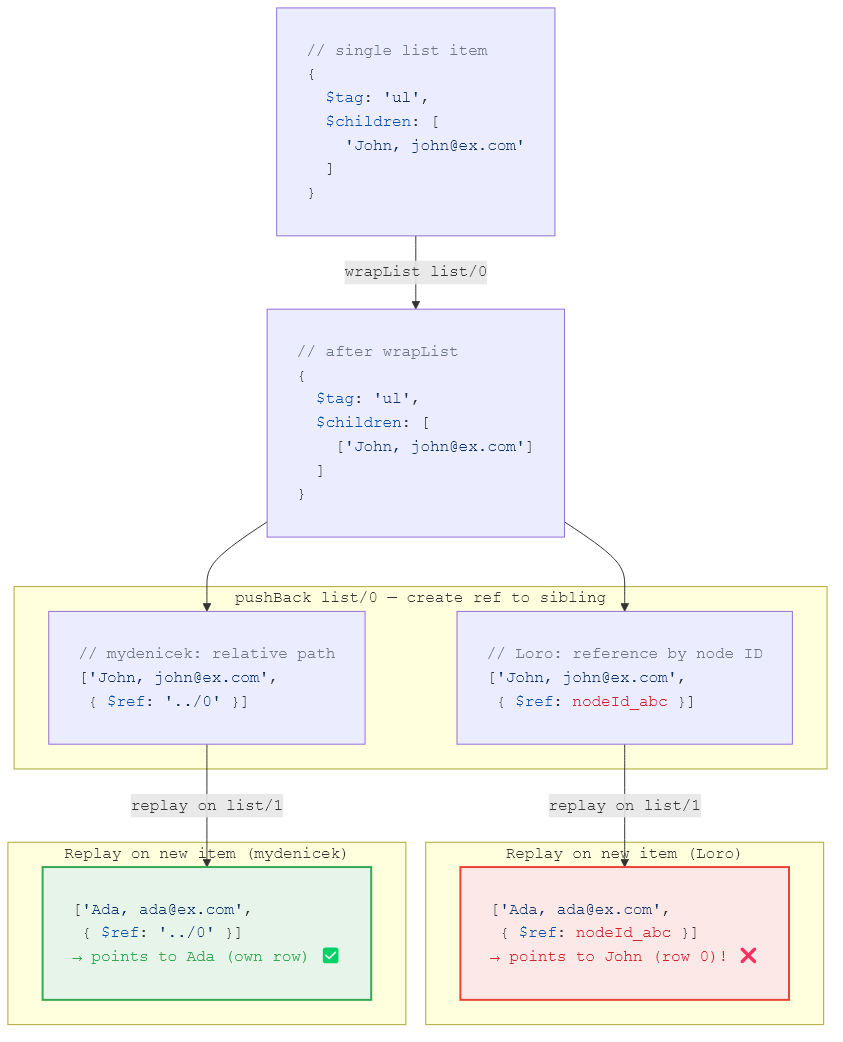
This is img/retargeting.png from krsion/master-thesis, a Mermaid export, as it was before one commit. Its source is kept beside it as img/retargeting.mmd. Source of this version:
```mermaid
%%{init: {'themeVariables': {'fontFamily': 'monospace'}}}%%
graph TB
    S1["<pre style='text-align:left'>
<span style='color:#6e7781'>// single list item</span>
{
  <span style='color:#0550ae'>$tag</span>: <span style='color:#0a3069'>'ul'</span>,
  <span style='color:#0550ae'>$children</span>: [
    <span style='color:#0a3069'>'John, john@ex.com'</span>
  ]
}
</pre>"]
    S2["<pre style='text-align:left'>
<span style='color:#6e7781'>// after wrapList</span>
{
  <span style='color:#0550ae'>$tag</span>: <span style='color:#0a3069'>'ul'</span>,
  <span style='color:#0550ae'>$children</span>: [
    [<span style='color:#0a3069'>'John, john@ex.com'</span>]
  ]
}
</pre>"]

    S1 -- "wrapList list/0" --> S2

    subgraph diverge["pushBack list/0 — create ref to sibling"]
        LORO["<pre style='text-align:left'>
<span style='color:#6e7781'>// Loro: reference by node ID</span>
[<span style='color:#0a3069'>'John, john@ex.com'</span>,
 { <span style='color:#0550ae'>$ref</span>: <span style='color:#cf222e'>nodeId_abc</span> }]
</pre>"]
        CUSTOM["<pre style='text-align:left'>
<span style='color:#6e7781'>// mydenicek: relative path</span>
[<span style='color:#0a3069'>'John, john@ex.com'</span>,
 { <span style='color:#0550ae'>$ref</span>: <span style='color:#0a3069'>'../0'</span> }]
</pre>"]
    end

    S2 --> LORO
    S2 --> CUSTOM

    subgraph replayLoro["Replay on new item (Loro)"]
        RL["<pre style='text-align:left'>
[<span style='color:#0a3069'>'Ada, ada@ex.com'</span>,
 { <span style='color:#0550ae'>$ref</span>: <span style='color:#cf222e'>nodeId_abc</span> }]
<span style='color:#cf222e'>→ points to John (row 0)! ❌</span>
</pre>"]
    end

    subgraph replayCustom["Replay on new item (mydenicek)"]
        RC["<pre style='text-align:left'>
[<span style='color:#0a3069'>'Ada, ada@ex.com'</span>,
 { <span style='color:#0550ae'>$ref</span>: <span style='color:#0a3069'>'../0'</span> }]
<span style='color:#34a853'>→ points to Ada (own row) ✅</span>
</pre>"]
    end

    LORO -- "replay on list/1" --> RL
    CUSTOM -- "replay on list/1" --> RC

    style RL fill:#fce8e6,stroke:#ea4335,stroke-width:2px
    style RC fill:#e6f4ea,stroke:#34a853,stroke-width:2px
```
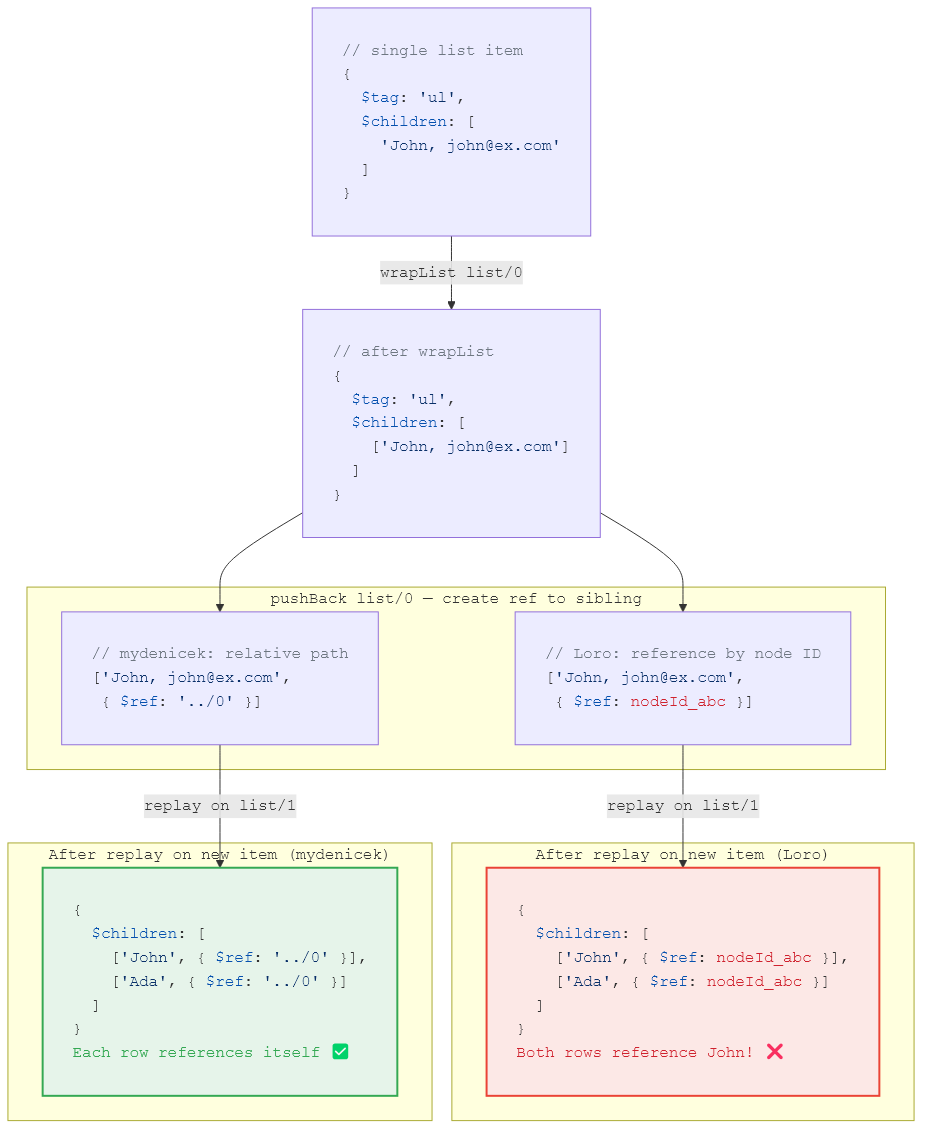
The same file after the commit.

Commit message:
Retargeting diagram: show both rows in final result

After replay, Loro has both rows referencing John (nodeId_abc),
mydenicek has each row referencing itself via ../0.

Diff of the diagram source:
```diff
@@ -37,19 +37,27 @@
     S2 --> LORO
     S2 --> CUSTOM
 
-    subgraph replayLoro["Replay on new item (Loro)"]
+    subgraph replayLoro["After replay on new item (Loro)"]
         RL["<pre style='text-align:left'>
-[<span style='color:#0a3069'>'Ada, ada@ex.com'</span>,
- { <span style='color:#0550ae'>$ref</span>: <span style='color:#cf222e'>nodeId_abc</span> }]
-<span style='color:#cf222e'>→ points to John (row 0)! ❌</span>
+{
+  <span style='color:#0550ae'>$children</span>: [
+    [<span style='color:#0a3069'>'John'</span>, { <span style='color:#0550ae'>$ref</span>: <span style='color:#cf222e'>nodeId_abc</span> }],
+    [<span style='color:#0a3069'>'Ada'</span>, { <span style='color:#0550ae'>$ref</span>: <span style='color:#cf222e'>nodeId_abc</span> }]
+  ]
+}
+<span style='color:#cf222e'>Both rows reference John! ❌</span>
 </pre>"]
     end
 
-    subgraph replayCustom["Replay on new item (mydenicek)"]
+    subgraph replayCustom["After replay on new item (mydenicek)"]
         RC["<pre style='text-align:left'>
-[<span style='color:#0a3069'>'Ada, ada@ex.com'</span>,
- { <span style='color:#0550ae'>$ref</span>: <span style='color:#0a3069'>'../0'</span> }]
-<span style='color:#34a853'>→ points to Ada (own row) ✅</span>
+{
+  <span style='color:#0550ae'>$children</span>: [
+    [<span style='color:#0a3069'>'John'</span>, { <span style='color:#0550ae'>$ref</span>: <span style='color:#0a3069'>'../0'</span> }],
+    [<span style='color:#0a3069'>'Ada'</span>, { <span style='color:#0550ae'>$ref</span>: <span style='color:#0a3069'>'../0'</span> }]
+  ]
+}
+<span style='color:#34a853'>Each row references itself ✅</span>
 </pre>"]
     end
 
```
